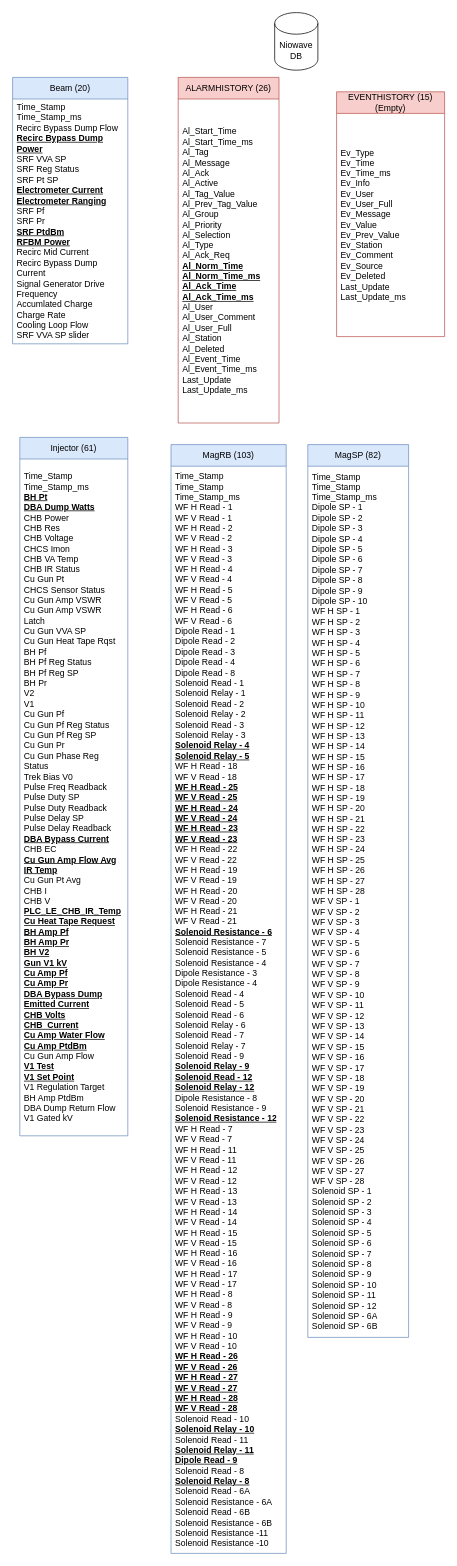
The draw.io diagram page "NiowaveAirportDB" (1 of 2) of AVEVADBAIR.drawio in houleyemballo/Work, before the edit. Source tidied: cells renumbered, new cells numbered last; positions are measured from the earlier drawing's top-left corner, leaving out a move shared by most shapes. Both pictures are drawn from the tidied source at 72%, with x=0, y=0 at pixel (12, 12).
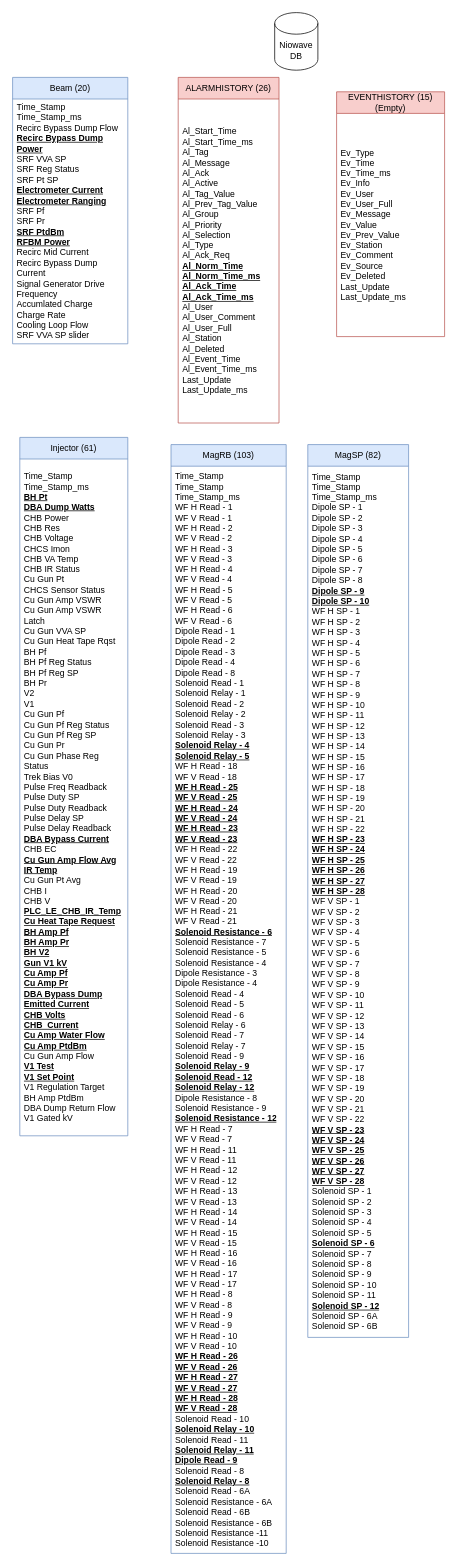
The same diagram, later.

Diff of the diagram source:
```diff
@@
 <mxGraphModel>
   <root>
     <mxCell id="0" />
     <mxCell id="1" parent="0" />
     <mxCell id="2" value="Niowave DB" style="shape=cylinder3;whiteSpace=wrap;html=1;boundedLbl=1;backgroundOutline=1;size=15;" parent="1" vertex="1">
       <mxGeometry x="364" width="60" height="80" as="geometry" />
     </mxCell>
     <mxCell id="3" value="Beam (20)" style="swimlane;fontStyle=0;horizontal=1;startSize=30;whiteSpace=wrap;html=1;fillColor=#dae8fc;strokeColor=#6c8ebf;" parent="1" vertex="1">
       <mxGeometry y="90" width="160" height="370" as="geometry" />
     </mxCell>
     <mxCell id="4" value="&lt;div&gt;Time_Stamp&lt;/div&gt;&lt;div&gt;Time_Stamp_ms&lt;/div&gt;&lt;div&gt;Recirc Bypass Dump Flow&lt;/div&gt;&lt;div&gt;&lt;b&gt;&lt;u&gt;Recirc Bypass Dump Power&lt;/u&gt;&lt;/b&gt;&lt;/div&gt;&lt;div&gt;SRF VVA SP&lt;/div&gt;&lt;div&gt;SRF Reg Status&lt;/div&gt;&lt;div&gt;SRF Pt SP&lt;/div&gt;&lt;div&gt;&lt;u&gt;&lt;b&gt;Electrometer Current&lt;/b&gt;&lt;/u&gt;&lt;/div&gt;&lt;div&gt;&lt;u&gt;&lt;b&gt;Electrometer Ranging&lt;/b&gt;&lt;/u&gt;&lt;/div&gt;&lt;div&gt;SRF Pf&lt;/div&gt;&lt;div&gt;SRF Pr&lt;/div&gt;&lt;div&gt;&lt;u&gt;&lt;b&gt;SRF PtdBm&lt;/b&gt;&lt;/u&gt;&lt;/div&gt;&lt;div&gt;&lt;u&gt;&lt;b&gt;RFBM Power&lt;/b&gt;&lt;/u&gt;&lt;/div&gt;&lt;div&gt;Recirc Mid Current&lt;/div&gt;&lt;div&gt;Recirc Bypass Dump Current&lt;/div&gt;&lt;div&gt;Signal Generator Drive Frequency&lt;/div&gt;&lt;div&gt;Accumlated Charge&lt;/div&gt;&lt;div&gt;Charge Rate&lt;/div&gt;&lt;div&gt;Cooling Loop Flow&lt;/div&gt;&lt;div&gt;SRF VVA SP slider&lt;/div&gt;" style="text;strokeColor=none;fillColor=none;align=left;verticalAlign=middle;spacingLeft=4;spacingRight=4;overflow=hidden;whiteSpace=wrap;html=1;" parent="3" vertex="1">
       <mxGeometry y="30" width="160" height="340" as="geometry" />
     </mxCell>
     <mxCell id="5" value="ALARMHISTORY (26)" style="swimlane;fontStyle=0;horizontal=1;startSize=30;whiteSpace=wrap;html=1;fillColor=#f8cecc;strokeColor=#b85450;" parent="1" vertex="1">
       <mxGeometry x="230" y="90" width="140" height="480" as="geometry" />
     </mxCell>
     <mxCell id="6" value="&lt;div&gt;Al_Start_Time&lt;/div&gt;&lt;div&gt;Al_Start_Time_ms&lt;/div&gt;&lt;div&gt;Al_Tag&lt;/div&gt;&lt;div&gt;Al_Message&lt;/div&gt;&lt;div&gt;Al_Ack&lt;/div&gt;&lt;div&gt;Al_Active&lt;/div&gt;&lt;div&gt;Al_Tag_Value&lt;/div&gt;&lt;div&gt;Al_Prev_Tag_Value&lt;/div&gt;&lt;div&gt;Al_Group&lt;/div&gt;&lt;div&gt;Al_Priority&lt;/div&gt;&lt;div&gt;Al_Selection&lt;/div&gt;&lt;div&gt;Al_Type&lt;/div&gt;&lt;div&gt;Al_Ack_Req&lt;/div&gt;&lt;div&gt;&lt;b&gt;&lt;u&gt;Al_Norm_Time&lt;/u&gt;&lt;/b&gt;&lt;/div&gt;&lt;div&gt;&lt;b&gt;&lt;u&gt;Al_Norm_Time_ms&lt;/u&gt;&lt;/b&gt;&lt;/div&gt;&lt;div&gt;&lt;b&gt;&lt;u&gt;Al_Ack_Time&lt;/u&gt;&lt;/b&gt;&lt;/div&gt;&lt;div&gt;&lt;b&gt;&lt;u&gt;Al_Ack_Time_ms&lt;/u&gt;&lt;/b&gt;&lt;/div&gt;&lt;div&gt;Al_User&lt;/div&gt;&lt;div&gt;Al_User_Comment&lt;/div&gt;&lt;div&gt;Al_User_Full&lt;/div&gt;&lt;div&gt;Al_Station&lt;/div&gt;&lt;div&gt;Al_Deleted&lt;/div&gt;&lt;div&gt;Al_Event_Time&lt;/div&gt;&lt;div&gt;Al_Event_Time_ms&lt;/div&gt;&lt;div&gt;Last_Update&lt;/div&gt;&lt;div&gt;Last_Update_ms&lt;/div&gt;" style="text;strokeColor=none;fillColor=none;align=left;verticalAlign=middle;spacingLeft=4;spacingRight=4;overflow=hidden;whiteSpace=wrap;html=1;" parent="5" vertex="1">
       <mxGeometry y="30" width="140" height="450" as="geometry" />
     </mxCell>
     <mxCell id="7" value="EVENTHISTORY (15)&lt;div&gt;(Empty)&lt;/div&gt;" style="swimlane;fontStyle=0;horizontal=1;startSize=30;whiteSpace=wrap;html=1;fillColor=#f8cecc;strokeColor=#b85450;" parent="1" vertex="1">
       <mxGeometry x="450" y="110" width="150" height="340" as="geometry" />
     </mxCell>
     <mxCell id="8" value="&lt;div&gt;Ev_Type&lt;/div&gt;&lt;div&gt;Ev_Time&lt;/div&gt;&lt;div&gt;Ev_Time_ms&lt;/div&gt;&lt;div&gt;Ev_Info&lt;/div&gt;&lt;div&gt;Ev_User&lt;/div&gt;&lt;div&gt;Ev_User_Full&lt;/div&gt;&lt;div&gt;Ev_Message&lt;/div&gt;&lt;div&gt;Ev_Value&lt;/div&gt;&lt;div&gt;Ev_Prev_Value&lt;/div&gt;&lt;div&gt;Ev_Station&lt;/div&gt;&lt;div&gt;Ev_Comment&lt;/div&gt;&lt;div&gt;Ev_Source&lt;/div&gt;&lt;div&gt;Ev_Deleted&lt;/div&gt;&lt;div&gt;Last_Update&lt;/div&gt;&lt;div&gt;Last_Update_ms&lt;/div&gt;" style="text;strokeColor=none;fillColor=none;align=left;verticalAlign=middle;spacingLeft=4;spacingRight=4;overflow=hidden;whiteSpace=wrap;html=1;" parent="7" vertex="1">
       <mxGeometry y="30" width="150" height="310" as="geometry" />
     </mxCell>
     <mxCell id="9" value="Injector (61)" style="swimlane;fontStyle=0;horizontal=1;startSize=30;whiteSpace=wrap;html=1;fillColor=#dae8fc;strokeColor=#6c8ebf;" parent="1" vertex="1">
       <mxGeometry x="10" y="590" width="150" height="970" as="geometry" />
     </mxCell>
     <mxCell id="10" value="&lt;div&gt;Time_Stamp&lt;/div&gt;&lt;div&gt;Time_Stamp_ms&lt;/div&gt;&lt;div&gt;&lt;b&gt;&lt;u&gt;BH Pt&lt;/u&gt;&lt;/b&gt;&lt;/div&gt;&lt;div&gt;&lt;b&gt;&lt;u&gt;DBA Dump Watts&lt;/u&gt;&lt;/b&gt;&lt;/div&gt;&lt;div&gt;CHB Power&lt;/div&gt;&lt;div&gt;CHB Res&lt;/div&gt;&lt;div&gt;CHB Voltage&lt;/div&gt;&lt;div&gt;CHCS Imon&lt;/div&gt;&lt;div&gt;CHB VA Temp&lt;/div&gt;&lt;div&gt;CHB IR Status&lt;/div&gt;&lt;div&gt;Cu Gun Pt&lt;/div&gt;&lt;div&gt;CHCS Sensor Status&lt;/div&gt;&lt;div&gt;Cu Gun Amp VSWR&lt;/div&gt;&lt;div&gt;Cu Gun Amp VSWR Latch&lt;/div&gt;&lt;div&gt;Cu Gun VVA SP&lt;/div&gt;&lt;div&gt;Cu Gun Heat Tape Rqst&lt;/div&gt;&lt;div&gt;BH Pf&lt;/div&gt;&lt;div&gt;BH Pf Reg Status&lt;/div&gt;&lt;div&gt;BH Pf Reg SP&lt;/div&gt;&lt;div&gt;BH Pr&lt;/div&gt;&lt;div&gt;V2&lt;/div&gt;&lt;div&gt;V1&lt;/div&gt;&lt;div&gt;Cu Gun Pf&lt;/div&gt;&lt;div&gt;Cu Gun Pf Reg Status&lt;/div&gt;&lt;div&gt;Cu Gun Pf Reg SP&lt;/div&gt;&lt;div&gt;Cu Gun Pr&lt;/div&gt;&lt;div&gt;Cu Gun Phase Reg Status&lt;/div&gt;&lt;div&gt;Trek Bias V0&lt;/div&gt;&lt;div&gt;Pulse Freq Readback&lt;/div&gt;&lt;div&gt;Pulse Duty SP&lt;/div&gt;&lt;div&gt;Pulse Duty Readback&lt;/div&gt;&lt;div&gt;Pulse Delay SP&lt;/div&gt;&lt;div&gt;Pulse Delay Readback&lt;/div&gt;&lt;div&gt;&lt;b&gt;&lt;u&gt;DBA Bypass Current&lt;/u&gt;&lt;/b&gt;&lt;/div&gt;&lt;div&gt;CHB EC&lt;/div&gt;&lt;div&gt;&lt;b&gt;&lt;u&gt;Cu Gun Amp Flow Avg&lt;/u&gt;&lt;/b&gt;&lt;/div&gt;&lt;div&gt;&lt;b&gt;&lt;u&gt;IR Temp&lt;/u&gt;&lt;/b&gt;&lt;/div&gt;&lt;div&gt;Cu Gun Pt Avg&lt;/div&gt;&lt;div&gt;CHB I&lt;/div&gt;&lt;div&gt;CHB V&lt;/div&gt;&lt;div&gt;&lt;b&gt;&lt;u&gt;PLC_LE_CHB_IR_Temp&lt;/u&gt;&lt;/b&gt;&lt;/div&gt;&lt;div&gt;&lt;b&gt;&lt;u&gt;Cu Heat Tape Request&lt;/u&gt;&lt;/b&gt;&lt;/div&gt;&lt;div&gt;&lt;b&gt;&lt;u&gt;BH Amp Pf&lt;/u&gt;&lt;/b&gt;&lt;/div&gt;&lt;div&gt;&lt;b&gt;&lt;u&gt;BH Amp Pr&lt;/u&gt;&lt;/b&gt;&lt;/div&gt;&lt;div&gt;&lt;b&gt;&lt;u&gt;BH V2&lt;/u&gt;&lt;/b&gt;&lt;/div&gt;&lt;div&gt;&lt;b&gt;&lt;u&gt;Gun V1 kV&lt;/u&gt;&lt;/b&gt;&lt;/div&gt;&lt;div&gt;&lt;b&gt;&lt;u&gt;Cu Amp Pf&lt;/u&gt;&lt;/b&gt;&lt;/div&gt;&lt;div&gt;&lt;b&gt;&lt;u&gt;Cu Amp Pr&lt;/u&gt;&lt;/b&gt;&lt;/div&gt;&lt;div&gt;&lt;b&gt;&lt;u&gt;DBA Bypass Dump&lt;/u&gt;&lt;/b&gt;&lt;/div&gt;&lt;div&gt;&lt;b&gt;&lt;u&gt;Emitted Current&lt;/u&gt;&lt;/b&gt;&lt;/div&gt;&lt;div&gt;&lt;b&gt;&lt;u&gt;CHB Volts&lt;/u&gt;&lt;/b&gt;&lt;/div&gt;&lt;div&gt;&lt;b&gt;&lt;u&gt;CHB&amp;nbsp; Current&lt;/u&gt;&lt;/b&gt;&lt;/div&gt;&lt;div&gt;&lt;b&gt;&lt;u&gt;Cu Amp Water Flow&lt;/u&gt;&lt;/b&gt;&lt;/div&gt;&lt;div&gt;&lt;b&gt;&lt;u&gt;Cu Amp PtdBm&lt;/u&gt;&lt;/b&gt;&lt;/div&gt;&lt;div&gt;Cu Gun Amp Flow&lt;/div&gt;&lt;div&gt;&lt;b&gt;&lt;u&gt;V1 Test&lt;/u&gt;&lt;/b&gt;&lt;/div&gt;&lt;div&gt;&lt;b&gt;&lt;u&gt;V1 Set Point&lt;/u&gt;&lt;/b&gt;&lt;/div&gt;&lt;div&gt;V1 Regulation Target&lt;/div&gt;&lt;div&gt;BH Amp PtdBm&lt;/div&gt;&lt;div&gt;DBA Dump Return Flow&lt;/div&gt;&lt;div&gt;V1 Gated kV&lt;/div&gt;" style="text;strokeColor=none;fillColor=none;align=left;verticalAlign=middle;spacingLeft=4;spacingRight=4;overflow=hidden;whiteSpace=wrap;html=1;" parent="9" vertex="1">
       <mxGeometry y="30" width="150" height="940" as="geometry" />
     </mxCell>
     <mxCell id="11" value="MagRB (103)" style="swimlane;fontStyle=0;horizontal=1;startSize=30;whiteSpace=wrap;html=1;fillColor=#dae8fc;strokeColor=#6c8ebf;" parent="1" vertex="1">
       <mxGeometry x="220" y="600" width="160" height="1540" as="geometry" />
     </mxCell>
     <mxCell id="12" value="&lt;div&gt;Time_Stamp&lt;/div&gt;&lt;div&gt;Time_Stamp&lt;/div&gt;&lt;div&gt;Time_Stamp_ms&lt;/div&gt;&lt;div&gt;WF H Read - 1&lt;/div&gt;&lt;div&gt;WF V Read - 1&lt;/div&gt;&lt;div&gt;WF H Read - 2&lt;/div&gt;&lt;div&gt;WF V Read - 2&lt;/div&gt;&lt;div&gt;WF H Read - 3&lt;/div&gt;&lt;div&gt;WF V Read - 3&lt;/div&gt;&lt;div&gt;WF H Read - 4&lt;/div&gt;&lt;div&gt;WF V Read - 4&lt;/div&gt;&lt;div&gt;WF H Read - 5&lt;/div&gt;&lt;div&gt;WF V Read - 5&lt;/div&gt;&lt;div&gt;WF H Read - 6&lt;/div&gt;&lt;div&gt;WF V Read - 6&lt;/div&gt;&lt;div&gt;Dipole Read - 1&lt;/div&gt;&lt;div&gt;Dipole Read - 2&lt;/div&gt;&lt;div&gt;Dipole Read - 3&lt;/div&gt;&lt;div&gt;Dipole Read - 4&lt;/div&gt;&lt;div&gt;Dipole Read - 8&lt;/div&gt;&lt;div&gt;Solenoid Read - 1&lt;/div&gt;&lt;div&gt;Solenoid Relay - 1&lt;/div&gt;&lt;div&gt;Solenoid Read - 2&lt;/div&gt;&lt;div&gt;Solenoid Relay - 2&lt;/div&gt;&lt;div&gt;Solenoid Read - 3&lt;/div&gt;&lt;div&gt;Solenoid Relay - 3&lt;/div&gt;&lt;div&gt;&lt;b&gt;&lt;u&gt;Solenoid Relay - 4&lt;/u&gt;&lt;/b&gt;&lt;/div&gt;&lt;div&gt;&lt;b&gt;&lt;u&gt;Solenoid Relay - 5&lt;/u&gt;&lt;/b&gt;&lt;/div&gt;&lt;div&gt;WF H Read - 18&lt;/div&gt;&lt;div&gt;WF V Read - 18&lt;/div&gt;&lt;div&gt;&lt;b&gt;&lt;u&gt;WF H Read - 25&lt;/u&gt;&lt;/b&gt;&lt;/div&gt;&lt;div&gt;&lt;b&gt;&lt;u&gt;WF V Read - 25&lt;/u&gt;&lt;/b&gt;&lt;/div&gt;&lt;div&gt;&lt;b&gt;&lt;u&gt;WF H Read - 24&lt;/u&gt;&lt;/b&gt;&lt;/div&gt;&lt;div&gt;&lt;b&gt;&lt;u&gt;WF V Read - 24&lt;/u&gt;&lt;/b&gt;&lt;/div&gt;&lt;div&gt;&lt;b&gt;&lt;u&gt;WF H Read - 23&lt;/u&gt;&lt;/b&gt;&lt;/div&gt;&lt;div&gt;&lt;b&gt;&lt;u&gt;WF V Read - 23&lt;/u&gt;&lt;/b&gt;&lt;/div&gt;&lt;div&gt;WF H Read - 22&lt;/div&gt;&lt;div&gt;WF V Read - 22&lt;/div&gt;&lt;div&gt;WF H Read - 19&lt;/div&gt;&lt;div&gt;WF V Read - 19&lt;/div&gt;&lt;div&gt;WF H Read - 20&lt;/div&gt;&lt;div&gt;WF V Read - 20&lt;/div&gt;&lt;div&gt;WF H Read - 21&lt;/div&gt;&lt;div&gt;WF V Read - 21&lt;/div&gt;&lt;div&gt;&lt;b&gt;&lt;u&gt;Solenoid Resistance - 6&lt;/u&gt;&lt;/b&gt;&lt;/div&gt;&lt;div&gt;Solenoid Resistance - 7&lt;/div&gt;&lt;div&gt;Solenoid Resistance - 5&lt;/div&gt;&lt;div&gt;Solenoid Resistance - 4&lt;/div&gt;&lt;div&gt;Dipole Resistance - 3&lt;/div&gt;&lt;div&gt;Dipole Resistance - 4&lt;/div&gt;&lt;div&gt;Solenoid Read - 4&lt;/div&gt;&lt;div&gt;Solenoid Read - 5&lt;/div&gt;&lt;div&gt;Solenoid Read - 6&lt;/div&gt;&lt;div&gt;Solenoid Relay - 6&lt;/div&gt;&lt;div&gt;Solenoid Read - 7&lt;/div&gt;&lt;div&gt;Solenoid Relay - 7&lt;/div&gt;&lt;div&gt;Solenoid Read - 9&lt;/div&gt;&lt;div&gt;&lt;b&gt;&lt;u&gt;Solenoid Relay - 9&lt;/u&gt;&lt;/b&gt;&lt;/div&gt;&lt;div&gt;&lt;b&gt;&lt;u&gt;Solenoid Read - 12&lt;/u&gt;&lt;/b&gt;&lt;/div&gt;&lt;div&gt;&lt;b&gt;&lt;u&gt;Solenoid Relay - 12&lt;/u&gt;&lt;/b&gt;&lt;/div&gt;&lt;div&gt;Dipole Resistance - 8&lt;/div&gt;&lt;div&gt;Solenoid Resistance - 9&lt;/div&gt;&lt;div&gt;&lt;b&gt;&lt;u&gt;Solenoid Resistance - 12&lt;/u&gt;&lt;/b&gt;&lt;/div&gt;&lt;div&gt;WF H Read - 7&lt;/div&gt;&lt;div&gt;WF V Read - 7&lt;/div&gt;&lt;div&gt;WF H Read - 11&lt;/div&gt;&lt;div&gt;WF V Read - 11&lt;/div&gt;&lt;div&gt;WF H Read - 12&lt;/div&gt;&lt;div&gt;WF V Read - 12&lt;/div&gt;&lt;div&gt;WF H Read - 13&lt;/div&gt;&lt;div&gt;WF V Read - 13&lt;/div&gt;&lt;div&gt;WF H Read - 14&lt;/div&gt;&lt;div&gt;WF V Read - 14&lt;/div&gt;&lt;div&gt;WF H Read - 15&lt;/div&gt;&lt;div&gt;WF V Read - 15&lt;/div&gt;&lt;div&gt;WF H Read - 16&lt;/div&gt;&lt;div&gt;WF V Read - 16&lt;/div&gt;&lt;div&gt;WF H Read - 17&lt;/div&gt;&lt;div&gt;WF V Read - 17&lt;/div&gt;&lt;div&gt;WF H Read - 8&lt;/div&gt;&lt;div&gt;WF V Read - 8&lt;/div&gt;&lt;div&gt;WF H Read - 9&lt;/div&gt;&lt;div&gt;WF V Read - 9&lt;/div&gt;&lt;div&gt;WF H Read - 10&lt;/div&gt;&lt;div&gt;WF V Read - 10&lt;/div&gt;&lt;div&gt;&lt;b&gt;&lt;u&gt;WF H Read - 26&lt;/u&gt;&lt;/b&gt;&lt;/div&gt;&lt;div&gt;&lt;b&gt;&lt;u&gt;WF V Read - 26&lt;/u&gt;&lt;/b&gt;&lt;/div&gt;&lt;div&gt;&lt;b&gt;&lt;u&gt;WF H Read - 27&lt;/u&gt;&lt;/b&gt;&lt;/div&gt;&lt;div&gt;&lt;b&gt;&lt;u&gt;WF V Read - 27&lt;/u&gt;&lt;/b&gt;&lt;/div&gt;&lt;div&gt;&lt;b&gt;&lt;u&gt;WF H Read - 28&lt;/u&gt;&lt;/b&gt;&lt;/div&gt;&lt;div&gt;&lt;b&gt;&lt;u&gt;WF V Read - 28&lt;/u&gt;&lt;/b&gt;&lt;/div&gt;&lt;div&gt;Solenoid Read - 10&lt;/div&gt;&lt;div&gt;&lt;b&gt;&lt;u&gt;Solenoid Relay - 10&lt;/u&gt;&lt;/b&gt;&lt;/div&gt;&lt;div&gt;Solenoid Read - 11&lt;/div&gt;&lt;div&gt;&lt;b&gt;&lt;u&gt;Solenoid Relay - 11&lt;/u&gt;&lt;/b&gt;&lt;/div&gt;&lt;div&gt;&lt;b&gt;&lt;u&gt;Dipole Read - 9&lt;/u&gt;&lt;/b&gt;&lt;/div&gt;&lt;div&gt;Solenoid Read - 8&lt;/div&gt;&lt;div&gt;&lt;b&gt;&lt;u&gt;Solenoid Relay - 8&lt;/u&gt;&lt;/b&gt;&lt;/div&gt;&lt;div&gt;Solenoid Read - 6A&lt;/div&gt;&lt;div&gt;Solenoid Resistance - 6A&lt;/div&gt;&lt;div&gt;Solenoid Read - 6B&lt;/div&gt;&lt;div&gt;Solenoid Resistance - 6B&lt;/div&gt;&lt;div&gt;Solenoid Resistance -11&lt;/div&gt;&lt;div&gt;Solenoid Resistance -10&lt;/div&gt;" style="text;align=left;verticalAlign=middle;spacingLeft=4;spacingRight=4;overflow=hidden;whiteSpace=wrap;html=1;" parent="11" vertex="1">
       <mxGeometry y="30" width="160" height="1510" as="geometry" />
     </mxCell>
     <mxCell id="13" value="MagSP (82)" style="swimlane;fontStyle=0;horizontal=1;startSize=30;whiteSpace=wrap;html=1;fillColor=#dae8fc;strokeColor=#6c8ebf;" parent="1" vertex="1">
       <mxGeometry x="410" y="600" width="140" height="1240" as="geometry" />
     </mxCell>
-    <mxCell id="14" value="&lt;div&gt;Time_Stamp&lt;/div&gt;&lt;div&gt;Time_Stamp&lt;/div&gt;&lt;div&gt;Time_Stamp_ms&lt;/div&gt;&lt;div&gt;Dipole SP - 1&lt;/div&gt;&lt;div&gt;Dipole SP - 2&lt;/div&gt;&lt;div&gt;Dipole SP - 3&lt;/div&gt;&lt;div&gt;Dipole SP - 4&lt;/div&gt;&lt;div&gt;Dipole SP - 5&lt;/div&gt;&lt;div&gt;Dipole SP - 6&lt;/div&gt;&lt;div&gt;Dipole SP - 7&lt;/div&gt;&lt;div&gt;Dipole SP - 8&lt;/div&gt;&lt;div&gt;Dipole SP - 9&lt;/div&gt;&lt;div&gt;Dipole SP - 10&lt;/div&gt;&lt;div&gt;WF H SP - 1&lt;/div&gt;&lt;div&gt;WF H SP - 2&lt;/div&gt;&lt;div&gt;WF H SP - 3&lt;/div&gt;&lt;div&gt;WF H SP - 4&lt;/div&gt;&lt;div&gt;WF H SP - 5&lt;/div&gt;&lt;div&gt;WF H SP - 6&lt;/div&gt;&lt;div&gt;WF H SP - 7&lt;/div&gt;&lt;div&gt;WF H SP - 8&lt;/div&gt;&lt;div&gt;WF H SP - 9&lt;/div&gt;&lt;div&gt;WF H SP - 10&lt;/div&gt;&lt;div&gt;WF H SP - 11&lt;/div&gt;&lt;div&gt;WF H SP - 12&lt;/div&gt;&lt;div&gt;WF H SP - 13&lt;/div&gt;&lt;div&gt;WF H SP - 14&lt;/div&gt;&lt;div&gt;WF H SP - 15&lt;/div&gt;&lt;div&gt;WF H SP - 16&lt;/div&gt;&lt;div&gt;WF H SP - 17&lt;/div&gt;&lt;div&gt;WF H SP - 18&lt;/div&gt;&lt;div&gt;WF H SP - 19&lt;/div&gt;&lt;div&gt;WF H SP - 20&lt;/div&gt;&lt;div&gt;WF H SP - 21&lt;/div&gt;&lt;div&gt;WF H SP - 22&lt;/div&gt;&lt;div&gt;WF H SP - 23&lt;/div&gt;&lt;div&gt;WF H SP - 24&lt;/div&gt;&lt;div&gt;WF H SP - 25&lt;/div&gt;&lt;div&gt;WF H SP - 26&lt;/div&gt;&lt;div&gt;WF H SP - 27&lt;/div&gt;&lt;div&gt;WF H SP - 28&lt;/div&gt;&lt;div&gt;WF V SP - 1&lt;/div&gt;&lt;div&gt;WF V SP - 2&lt;/div&gt;&lt;div&gt;WF V SP - 3&lt;/div&gt;&lt;div&gt;WF V SP - 4&lt;/div&gt;&lt;div&gt;WF V SP - 5&lt;/div&gt;&lt;div&gt;WF V SP - 6&lt;/div&gt;&lt;div&gt;WF V SP - 7&lt;/div&gt;&lt;div&gt;WF V SP - 8&lt;/div&gt;&lt;div&gt;WF V SP - 9&lt;/div&gt;&lt;div&gt;WF V SP - 10&lt;/div&gt;&lt;div&gt;WF V SP - 11&lt;/div&gt;&lt;div&gt;WF V SP - 12&lt;/div&gt;&lt;div&gt;WF V SP - 13&lt;/div&gt;&lt;div&gt;WF V SP - 14&lt;/div&gt;&lt;div&gt;WF V SP - 15&lt;/div&gt;&lt;div&gt;WF V SP - 16&lt;/div&gt;&lt;div&gt;WF V SP - 17&lt;/div&gt;&lt;div&gt;WF V SP - 18&lt;/div&gt;&lt;div&gt;WF V SP - 19&lt;/div&gt;&lt;div&gt;WF V SP - 20&lt;/div&gt;&lt;div&gt;WF V SP - 21&lt;/div&gt;&lt;div&gt;WF V SP - 22&lt;/div&gt;&lt;div&gt;WF V SP - 23&lt;/div&gt;&lt;div&gt;WF V SP - 24&lt;/div&gt;&lt;div&gt;WF V SP - 25&lt;/div&gt;&lt;div&gt;WF V SP - 26&lt;/div&gt;&lt;div&gt;WF V SP - 27&lt;/div&gt;&lt;div&gt;WF V SP - 28&lt;/div&gt;&lt;div&gt;Solenoid SP - 1&lt;/div&gt;&lt;div&gt;Solenoid SP - 2&lt;/div&gt;&lt;div&gt;Solenoid SP - 3&lt;/div&gt;&lt;div&gt;Solenoid SP - 4&lt;/div&gt;&lt;div&gt;Solenoid SP - 5&lt;/div&gt;&lt;div&gt;Solenoid SP - 6&lt;/div&gt;&lt;div&gt;Solenoid SP - 7&lt;/div&gt;&lt;div&gt;Solenoid SP - 8&lt;/div&gt;&lt;div&gt;Solenoid SP - 9&lt;/div&gt;&lt;div&gt;Solenoid SP - 10&lt;/div&gt;&lt;div&gt;Solenoid SP - 11&lt;/div&gt;&lt;div&gt;Solenoid SP - 12&lt;/div&gt;&lt;div&gt;Solenoid SP - 6A&lt;/div&gt;&lt;div&gt;Solenoid SP - 6B&lt;/div&gt;" style="text;strokeColor=none;fillColor=none;align=left;verticalAlign=middle;spacingLeft=4;spacingRight=4;overflow=hidden;whiteSpace=wrap;html=1;" parent="13" vertex="1">
+    <mxCell id="14" value="&lt;div&gt;Time_Stamp&lt;/div&gt;&lt;div&gt;Time_Stamp&lt;/div&gt;&lt;div&gt;Time_Stamp_ms&lt;/div&gt;&lt;div&gt;Dipole SP - 1&lt;/div&gt;&lt;div&gt;Dipole SP - 2&lt;/div&gt;&lt;div&gt;Dipole SP - 3&lt;/div&gt;&lt;div&gt;Dipole SP - 4&lt;/div&gt;&lt;div&gt;Dipole SP - 5&lt;/div&gt;&lt;div&gt;Dipole SP - 6&lt;/div&gt;&lt;div&gt;Dipole SP - 7&lt;/div&gt;&lt;div&gt;Dipole SP - 8&lt;/div&gt;&lt;div&gt;&lt;b&gt;&lt;u&gt;Dipole SP - 9&lt;/u&gt;&lt;/b&gt;&lt;/div&gt;&lt;div&gt;&lt;b&gt;&lt;u&gt;Dipole SP - 10&lt;/u&gt;&lt;/b&gt;&lt;/div&gt;&lt;div&gt;WF H SP - 1&lt;/div&gt;&lt;div&gt;WF H SP - 2&lt;/div&gt;&lt;div&gt;WF H SP - 3&lt;/div&gt;&lt;div&gt;WF H SP - 4&lt;/div&gt;&lt;div&gt;WF H SP - 5&lt;/div&gt;&lt;div&gt;WF H SP - 6&lt;/div&gt;&lt;div&gt;WF H SP - 7&lt;/div&gt;&lt;div&gt;WF H SP - 8&lt;/div&gt;&lt;div&gt;WF H SP - 9&lt;/div&gt;&lt;div&gt;WF H SP - 10&lt;/div&gt;&lt;div&gt;WF H SP - 11&lt;/div&gt;&lt;div&gt;WF H SP - 12&lt;/div&gt;&lt;div&gt;WF H SP - 13&lt;/div&gt;&lt;div&gt;WF H SP - 14&lt;/div&gt;&lt;div&gt;WF H SP - 15&lt;/div&gt;&lt;div&gt;WF H SP - 16&lt;/div&gt;&lt;div&gt;WF H SP - 17&lt;/div&gt;&lt;div&gt;WF H SP - 18&lt;/div&gt;&lt;div&gt;WF H SP - 19&lt;/div&gt;&lt;div&gt;WF H SP - 20&lt;/div&gt;&lt;div&gt;WF H SP - 21&lt;/div&gt;&lt;div&gt;WF H SP - 22&lt;/div&gt;&lt;div&gt;&lt;b&gt;&lt;u&gt;WF H SP - 23&lt;/u&gt;&lt;/b&gt;&lt;/div&gt;&lt;div&gt;&lt;b&gt;&lt;u&gt;WF H SP - 24&lt;/u&gt;&lt;/b&gt;&lt;/div&gt;&lt;div&gt;&lt;b&gt;&lt;u&gt;WF H SP - 25&lt;/u&gt;&lt;/b&gt;&lt;/div&gt;&lt;div&gt;&lt;b&gt;&lt;u&gt;WF H SP - 26&lt;/u&gt;&lt;/b&gt;&lt;/div&gt;&lt;div&gt;&lt;b&gt;&lt;u&gt;WF H SP - 27&lt;/u&gt;&lt;/b&gt;&lt;/div&gt;&lt;div&gt;&lt;b&gt;&lt;u&gt;WF H SP - 28&lt;/u&gt;&lt;/b&gt;&lt;/div&gt;&lt;div&gt;WF V SP - 1&lt;/div&gt;&lt;div&gt;WF V SP - 2&lt;/div&gt;&lt;div&gt;WF V SP - 3&lt;/div&gt;&lt;div&gt;WF V SP - 4&lt;/div&gt;&lt;div&gt;WF V SP - 5&lt;/div&gt;&lt;div&gt;WF V SP - 6&lt;/div&gt;&lt;div&gt;WF V SP - 7&lt;/div&gt;&lt;div&gt;WF V SP - 8&lt;/div&gt;&lt;div&gt;WF V SP - 9&lt;/div&gt;&lt;div&gt;WF V SP - 10&lt;/div&gt;&lt;div&gt;WF V SP - 11&lt;/div&gt;&lt;div&gt;WF V SP - 12&lt;/div&gt;&lt;div&gt;WF V SP - 13&lt;/div&gt;&lt;div&gt;WF V SP - 14&lt;/div&gt;&lt;div&gt;WF V SP - 15&lt;/div&gt;&lt;div&gt;WF V SP - 16&lt;/div&gt;&lt;div&gt;WF V SP - 17&lt;/div&gt;&lt;div&gt;WF V SP - 18&lt;/div&gt;&lt;div&gt;WF V SP - 19&lt;/div&gt;&lt;div&gt;WF V SP - 20&lt;/div&gt;&lt;div&gt;WF V SP - 21&lt;/div&gt;&lt;div&gt;WF V SP - 22&lt;/div&gt;&lt;div&gt;&lt;b&gt;&lt;u&gt;WF V SP - 23&lt;/u&gt;&lt;/b&gt;&lt;/div&gt;&lt;div&gt;&lt;b&gt;&lt;u&gt;WF V SP - 24&lt;/u&gt;&lt;/b&gt;&lt;/div&gt;&lt;div&gt;&lt;b&gt;&lt;u&gt;WF V SP - 25&lt;/u&gt;&lt;/b&gt;&lt;/div&gt;&lt;div&gt;&lt;b&gt;&lt;u&gt;WF V SP - 26&lt;/u&gt;&lt;/b&gt;&lt;/div&gt;&lt;div&gt;&lt;b&gt;&lt;u&gt;WF V SP - 27&lt;/u&gt;&lt;/b&gt;&lt;/div&gt;&lt;div&gt;&lt;b&gt;&lt;u&gt;WF V SP - 28&lt;/u&gt;&lt;/b&gt;&lt;/div&gt;&lt;div&gt;Solenoid SP - 1&lt;/div&gt;&lt;div&gt;Solenoid SP - 2&lt;/div&gt;&lt;div&gt;Solenoid SP - 3&lt;/div&gt;&lt;div&gt;Solenoid SP - 4&lt;/div&gt;&lt;div&gt;Solenoid SP - 5&lt;/div&gt;&lt;div&gt;&lt;b&gt;&lt;u&gt;Solenoid SP - 6&lt;/u&gt;&lt;/b&gt;&lt;/div&gt;&lt;div&gt;Solenoid SP - 7&lt;/div&gt;&lt;div&gt;Solenoid SP - 8&lt;/div&gt;&lt;div&gt;Solenoid SP - 9&lt;/div&gt;&lt;div&gt;Solenoid SP - 10&lt;/div&gt;&lt;div&gt;Solenoid SP - 11&lt;/div&gt;&lt;div&gt;&lt;b&gt;&lt;u&gt;Solenoid SP - 12&lt;/u&gt;&lt;/b&gt;&lt;/div&gt;&lt;div&gt;Solenoid SP - 6A&lt;/div&gt;&lt;div&gt;Solenoid SP - 6B&lt;/div&gt;" style="text;strokeColor=none;fillColor=none;align=left;verticalAlign=middle;spacingLeft=4;spacingRight=4;overflow=hidden;whiteSpace=wrap;html=1;" parent="13" vertex="1">
       <mxGeometry y="30" width="140" height="1210" as="geometry" />
     </mxCell>
   </root>
 </mxGraphModel>
```
